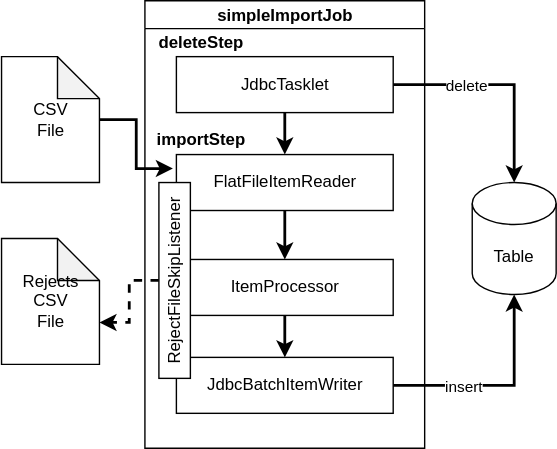
Before: images/simpleLoadJob.svg, a diagram exported from draw.io (desprez/springbatch-patterns). Source tidied: cells renumbered, new cells last; positions are measured from the earlier drawing's top-left corner, leaving out a move shared by most shapes. Its diagram source:
```xml
<mxGraphModel>
  <root>
    <mxCell id="0" />
    <mxCell id="1" parent="0" />
    <mxCell id="2" value="Table" style="shape=cylinder3;whiteSpace=wrap;html=1;boundedLbl=1;backgroundOutline=1;size=15;" parent="1" vertex="1">
      <mxGeometry x="336" y="130" width="60" height="80" as="geometry" />
    </mxCell>
    <mxCell id="3" style="edgeStyle=orthogonalEdgeStyle;rounded=0;jettySize=auto;html=1;strokeWidth=2;" parent="1" edge="1" source="4">
      <mxGeometry relative="1" as="geometry">
        <mxPoint x="122" y="120" as="targetPoint" />
      </mxGeometry>
    </mxCell>
    <mxCell id="4" value="&lt;div&gt;CSV&lt;/div&gt;&lt;div&gt;File&lt;br&gt;&lt;/div&gt;" style="shape=note;whiteSpace=wrap;html=1;backgroundOutline=1;darkOpacity=0.05;" parent="1" vertex="1">
      <mxGeometry x="-0.5" y="40" width="70" height="90" as="geometry" />
    </mxCell>
    <mxCell id="5" value="simpleImportJob" style="swimlane;html=1;startSize=20;horizontal=1;containerType=tree;labelPosition=center;verticalLabelPosition=middle;align=center;verticalAlign=bottom;" parent="1" vertex="1">
      <mxGeometry x="102" width="200" height="320" as="geometry" />
    </mxCell>
    <mxCell id="6" style="edgeStyle=elbowEdgeStyle;elbow=vertical;startArrow=none;endArrow=classic;rounded=0;strokeWidth=2;startFill=0;endFill=1;" parent="5" edge="1" source="7" target="10">
      <mxGeometry relative="1" as="geometry" />
    </mxCell>
    <mxCell id="7" value="FlatFileItemReader" style="whiteSpace=wrap;html=1;newEdgeStyle={&quot;edgeStyle&quot;:&quot;elbowEdgeStyle&quot;,&quot;startArrow&quot;:&quot;none&quot;,&quot;endArrow&quot;:&quot;none&quot;};" parent="5" vertex="1">
      <mxGeometry x="22.5" y="110" width="155" height="40" as="geometry" />
    </mxCell>
    <mxCell id="8" value="JdbcBatchItemWriter" style="whiteSpace=wrap;html=1;newEdgeStyle={&quot;edgeStyle&quot;:&quot;elbowEdgeStyle&quot;,&quot;startArrow&quot;:&quot;none&quot;,&quot;endArrow&quot;:&quot;none&quot;};" parent="5" vertex="1">
      <mxGeometry x="22.5" y="255" width="155" height="40" as="geometry" />
    </mxCell>
    <mxCell id="9" style="edgeStyle=elbowEdgeStyle;elbow=vertical;startArrow=none;endArrow=classic;rounded=0;endFill=1;strokeWidth=2;" parent="5" edge="1" source="10" target="8">
      <mxGeometry relative="1" as="geometry" />
    </mxCell>
    <mxCell id="10" value="ItemProcessor" style="whiteSpace=wrap;html=1;newEdgeStyle={&quot;edgeStyle&quot;:&quot;elbowEdgeStyle&quot;,&quot;startArrow&quot;:&quot;none&quot;,&quot;endArrow&quot;:&quot;none&quot;};" parent="5" vertex="1">
      <mxGeometry x="22.5" y="185" width="155" height="40" as="geometry" />
    </mxCell>
    <mxCell id="11" value="importStep" style="text;html=1;align=center;verticalAlign=middle;fontStyle=1;" parent="5" vertex="1">
      <mxGeometry y="90" width="80" height="20" as="geometry" />
    </mxCell>
    <mxCell id="12" value="deleteStep" style="text;html=1;align=center;verticalAlign=middle;fontStyle=1;" parent="5" vertex="1">
      <mxGeometry y="20" width="80" height="20" as="geometry" />
    </mxCell>
    <mxCell id="13" style="edgeStyle=orthogonalEdgeStyle;rounded=0;jettySize=auto;html=1;strokeWidth=2;" parent="5" edge="1" source="14" target="7">
      <mxGeometry relative="1" as="geometry" />
    </mxCell>
    <mxCell id="14" value="JdbcTasklet" style="whiteSpace=wrap;html=1;newEdgeStyle={&quot;edgeStyle&quot;:&quot;elbowEdgeStyle&quot;,&quot;startArrow&quot;:&quot;none&quot;,&quot;endArrow&quot;:&quot;none&quot;};" parent="5" vertex="1">
      <mxGeometry x="22.5" y="40" width="155" height="40" as="geometry" />
    </mxCell>
    <mxCell id="15" style="edgeStyle=orthogonalEdgeStyle;rounded=0;jettySize=auto;html=1;strokeWidth=2;" parent="1" edge="1" source="8" target="2">
      <mxGeometry relative="1" as="geometry" />
    </mxCell>
    <mxCell id="16" value="insert" style="edgeLabel;html=1;align=center;verticalAlign=middle;" parent="15" vertex="1">
      <mxGeometry x="-0.12" relative="1" as="geometry">
        <mxPoint x="-17" as="offset" />
      </mxGeometry>
    </mxCell>
    <mxCell id="17" style="edgeStyle=orthogonalEdgeStyle;rounded=0;jettySize=auto;html=1;entryX=0.5;entryY=0;entryDx=0;entryDy=0;entryPerimeter=0;strokeWidth=2;" parent="1" edge="1" source="14" target="2">
      <mxGeometry relative="1" as="geometry" />
    </mxCell>
    <mxCell id="18" value="delete" style="edgeLabel;html=1;align=center;verticalAlign=middle;" parent="17" vertex="1">
      <mxGeometry x="-0.15" y="-3" relative="1" as="geometry">
        <mxPoint x="-14.5" y="-3" as="offset" />
      </mxGeometry>
    </mxCell>
    <mxCell id="19" value="Rejects&lt;br&gt;&lt;div&gt;CSV&lt;/div&gt;&lt;div&gt;File&lt;br&gt;&lt;/div&gt;" style="shape=note;whiteSpace=wrap;html=1;backgroundOutline=1;darkOpacity=0.05;" parent="1" vertex="1">
      <mxGeometry x="-0.5" y="170" width="70" height="90" as="geometry" />
    </mxCell>
    <mxCell id="20" style="edgeStyle=orthogonalEdgeStyle;rounded=0;jettySize=auto;html=1;entryX=0;entryY=0;entryDx=70;entryDy=60;entryPerimeter=0;strokeWidth=2;dashed=1;" parent="1" edge="1" source="21" target="19">
      <mxGeometry relative="1" as="geometry" />
    </mxCell>
    <mxCell id="21" value="RejectFileSkipListener" style="whiteSpace=wrap;newEdgeStyle={&quot;edgeStyle&quot;:&quot;elbowEdgeStyle&quot;,&quot;startArrow&quot;:&quot;none&quot;,&quot;endArrow&quot;:&quot;none&quot;};horizontal=0;" parent="1" vertex="1">
      <mxGeometry x="112" y="130" width="22.5" height="140" as="geometry" />
    </mxCell>
  </root>
</mxGraphModel>
```
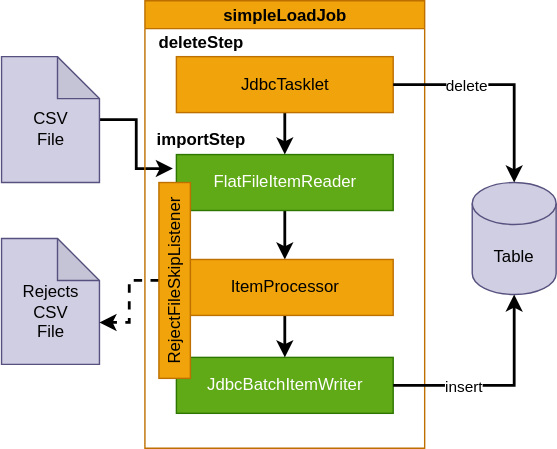
Later version of the same file.

What changed in the source:
```diff
@@ -2,7 +2,7 @@
   <root>
     <mxCell id="0" />
     <mxCell id="1" parent="0" />
-    <mxCell id="2" value="Table" style="shape=cylinder3;whiteSpace=wrap;html=1;boundedLbl=1;backgroundOutline=1;size=15;" parent="1" vertex="1">
+    <mxCell id="2" value="Table" style="shape=cylinder3;whiteSpace=wrap;html=1;boundedLbl=1;backgroundOutline=1;size=15;fillColor=#d0cee2;strokeColor=#56517e;" parent="1" vertex="1">
       <mxGeometry x="336" y="130" width="60" height="80" as="geometry" />
     </mxCell>
     <mxCell id="3" style="edgeStyle=orthogonalEdgeStyle;rounded=0;jettySize=auto;html=1;strokeWidth=2;" parent="1" edge="1" source="4">
@@ -10,25 +10,25 @@
         <mxPoint x="122" y="120" as="targetPoint" />
       </mxGeometry>
     </mxCell>
-    <mxCell id="4" value="&lt;div&gt;CSV&lt;/div&gt;&lt;div&gt;File&lt;br&gt;&lt;/div&gt;" style="shape=note;whiteSpace=wrap;html=1;backgroundOutline=1;darkOpacity=0.05;" parent="1" vertex="1">
+    <mxCell id="4" value="&lt;div&gt;&lt;br&gt;&lt;/div&gt;&lt;div&gt;CSV&lt;/div&gt;&lt;div&gt;File&lt;br&gt;&lt;/div&gt;" style="shape=note;whiteSpace=wrap;html=1;backgroundOutline=1;darkOpacity=0.05;fillColor=#d0cee2;strokeColor=#56517e;" parent="1" vertex="1">
       <mxGeometry x="-0.5" y="40" width="70" height="90" as="geometry" />
     </mxCell>
-    <mxCell id="5" value="simpleImportJob" style="swimlane;html=1;startSize=20;horizontal=1;containerType=tree;labelPosition=center;verticalLabelPosition=middle;align=center;verticalAlign=bottom;" parent="1" vertex="1">
+    <mxCell id="5" value="simpleLoadJob" style="swimlane;html=1;startSize=20;horizontal=1;containerType=tree;labelPosition=center;verticalLabelPosition=middle;align=center;verticalAlign=bottom;fillColor=#f0a30a;fontColor=#000000;strokeColor=#BD7000;" parent="1" vertex="1">
       <mxGeometry x="102" width="200" height="320" as="geometry" />
     </mxCell>
     <mxCell id="6" style="edgeStyle=elbowEdgeStyle;elbow=vertical;startArrow=none;endArrow=classic;rounded=0;strokeWidth=2;startFill=0;endFill=1;" parent="5" edge="1" source="7" target="10">
       <mxGeometry relative="1" as="geometry" />
     </mxCell>
-    <mxCell id="7" value="FlatFileItemReader" style="whiteSpace=wrap;html=1;newEdgeStyle={&quot;edgeStyle&quot;:&quot;elbowEdgeStyle&quot;,&quot;startArrow&quot;:&quot;none&quot;,&quot;endArrow&quot;:&quot;none&quot;};" parent="5" vertex="1">
+    <mxCell id="7" value="FlatFileItemReader" style="whiteSpace=wrap;html=1;newEdgeStyle={&quot;edgeStyle&quot;:&quot;elbowEdgeStyle&quot;,&quot;startArrow&quot;:&quot;none&quot;,&quot;endArrow&quot;:&quot;none&quot;};fillColor=#60a917;strokeColor=#2D7600;fontColor=#ffffff;" parent="5" vertex="1">
       <mxGeometry x="22.5" y="110" width="155" height="40" as="geometry" />
     </mxCell>
-    <mxCell id="8" value="JdbcBatchItemWriter" style="whiteSpace=wrap;html=1;newEdgeStyle={&quot;edgeStyle&quot;:&quot;elbowEdgeStyle&quot;,&quot;startArrow&quot;:&quot;none&quot;,&quot;endArrow&quot;:&quot;none&quot;};" parent="5" vertex="1">
+    <mxCell id="8" value="JdbcBatchItemWriter" style="whiteSpace=wrap;html=1;newEdgeStyle={&quot;edgeStyle&quot;:&quot;elbowEdgeStyle&quot;,&quot;startArrow&quot;:&quot;none&quot;,&quot;endArrow&quot;:&quot;none&quot;};fillColor=#60a917;strokeColor=#2D7600;fontColor=#ffffff;" parent="5" vertex="1">
       <mxGeometry x="22.5" y="255" width="155" height="40" as="geometry" />
     </mxCell>
     <mxCell id="9" style="edgeStyle=elbowEdgeStyle;elbow=vertical;startArrow=none;endArrow=classic;rounded=0;endFill=1;strokeWidth=2;" parent="5" edge="1" source="10" target="8">
       <mxGeometry relative="1" as="geometry" />
     </mxCell>
-    <mxCell id="10" value="ItemProcessor" style="whiteSpace=wrap;html=1;newEdgeStyle={&quot;edgeStyle&quot;:&quot;elbowEdgeStyle&quot;,&quot;startArrow&quot;:&quot;none&quot;,&quot;endArrow&quot;:&quot;none&quot;};" parent="5" vertex="1">
+    <mxCell id="10" value="ItemProcessor" style="whiteSpace=wrap;html=1;newEdgeStyle={&quot;edgeStyle&quot;:&quot;elbowEdgeStyle&quot;,&quot;startArrow&quot;:&quot;none&quot;,&quot;endArrow&quot;:&quot;none&quot;};fillColor=#f0a30a;strokeColor=#BD7000;fontColor=#000000;" parent="5" vertex="1">
       <mxGeometry x="22.5" y="185" width="155" height="40" as="geometry" />
     </mxCell>
     <mxCell id="11" value="importStep" style="text;html=1;align=center;verticalAlign=middle;fontStyle=1;" parent="5" vertex="1">
@@ -40,7 +40,7 @@
     <mxCell id="13" style="edgeStyle=orthogonalEdgeStyle;rounded=0;jettySize=auto;html=1;strokeWidth=2;" parent="5" edge="1" source="14" target="7">
       <mxGeometry relative="1" as="geometry" />
     </mxCell>
-    <mxCell id="14" value="JdbcTasklet" style="whiteSpace=wrap;html=1;newEdgeStyle={&quot;edgeStyle&quot;:&quot;elbowEdgeStyle&quot;,&quot;startArrow&quot;:&quot;none&quot;,&quot;endArrow&quot;:&quot;none&quot;};" parent="5" vertex="1">
+    <mxCell id="14" value="JdbcTasklet" style="whiteSpace=wrap;html=1;newEdgeStyle={&quot;edgeStyle&quot;:&quot;elbowEdgeStyle&quot;,&quot;startArrow&quot;:&quot;none&quot;,&quot;endArrow&quot;:&quot;none&quot;};fillColor=#f0a30a;fontColor=#000000;strokeColor=#BD7000;" parent="5" vertex="1">
       <mxGeometry x="22.5" y="40" width="155" height="40" as="geometry" />
     </mxCell>
     <mxCell id="15" style="edgeStyle=orthogonalEdgeStyle;rounded=0;jettySize=auto;html=1;strokeWidth=2;" parent="1" edge="1" source="8" target="2">
@@ -59,13 +59,13 @@
         <mxPoint x="-14.5" y="-3" as="offset" />
       </mxGeometry>
     </mxCell>
-    <mxCell id="19" value="Rejects&lt;br&gt;&lt;div&gt;CSV&lt;/div&gt;&lt;div&gt;File&lt;br&gt;&lt;/div&gt;" style="shape=note;whiteSpace=wrap;html=1;backgroundOutline=1;darkOpacity=0.05;" parent="1" vertex="1">
+    <mxCell id="19" value="&lt;div&gt;&lt;br&gt;&lt;/div&gt;&lt;div&gt;Rejects&lt;/div&gt;&lt;div&gt;CSV&lt;/div&gt;&lt;div&gt;File&lt;br&gt;&lt;/div&gt;" style="shape=note;whiteSpace=wrap;html=1;backgroundOutline=1;darkOpacity=0.05;fillColor=#d0cee2;strokeColor=#56517e;" parent="1" vertex="1">
       <mxGeometry x="-0.5" y="170" width="70" height="90" as="geometry" />
     </mxCell>
     <mxCell id="20" style="edgeStyle=orthogonalEdgeStyle;rounded=0;jettySize=auto;html=1;entryX=0;entryY=0;entryDx=70;entryDy=60;entryPerimeter=0;strokeWidth=2;dashed=1;" parent="1" edge="1" source="21" target="19">
       <mxGeometry relative="1" as="geometry" />
     </mxCell>
-    <mxCell id="21" value="RejectFileSkipListener" style="whiteSpace=wrap;newEdgeStyle={&quot;edgeStyle&quot;:&quot;elbowEdgeStyle&quot;,&quot;startArrow&quot;:&quot;none&quot;,&quot;endArrow&quot;:&quot;none&quot;};horizontal=0;" parent="1" vertex="1">
+    <mxCell id="21" value="RejectFileSkipListener" style="whiteSpace=wrap;newEdgeStyle={&quot;edgeStyle&quot;:&quot;elbowEdgeStyle&quot;,&quot;startArrow&quot;:&quot;none&quot;,&quot;endArrow&quot;:&quot;none&quot;};horizontal=0;fillColor=#f0a30a;strokeColor=#BD7000;fontColor=#000000;" parent="1" vertex="1">
       <mxGeometry x="112" y="130" width="22.5" height="140" as="geometry" />
     </mxCell>
   </root>
```
